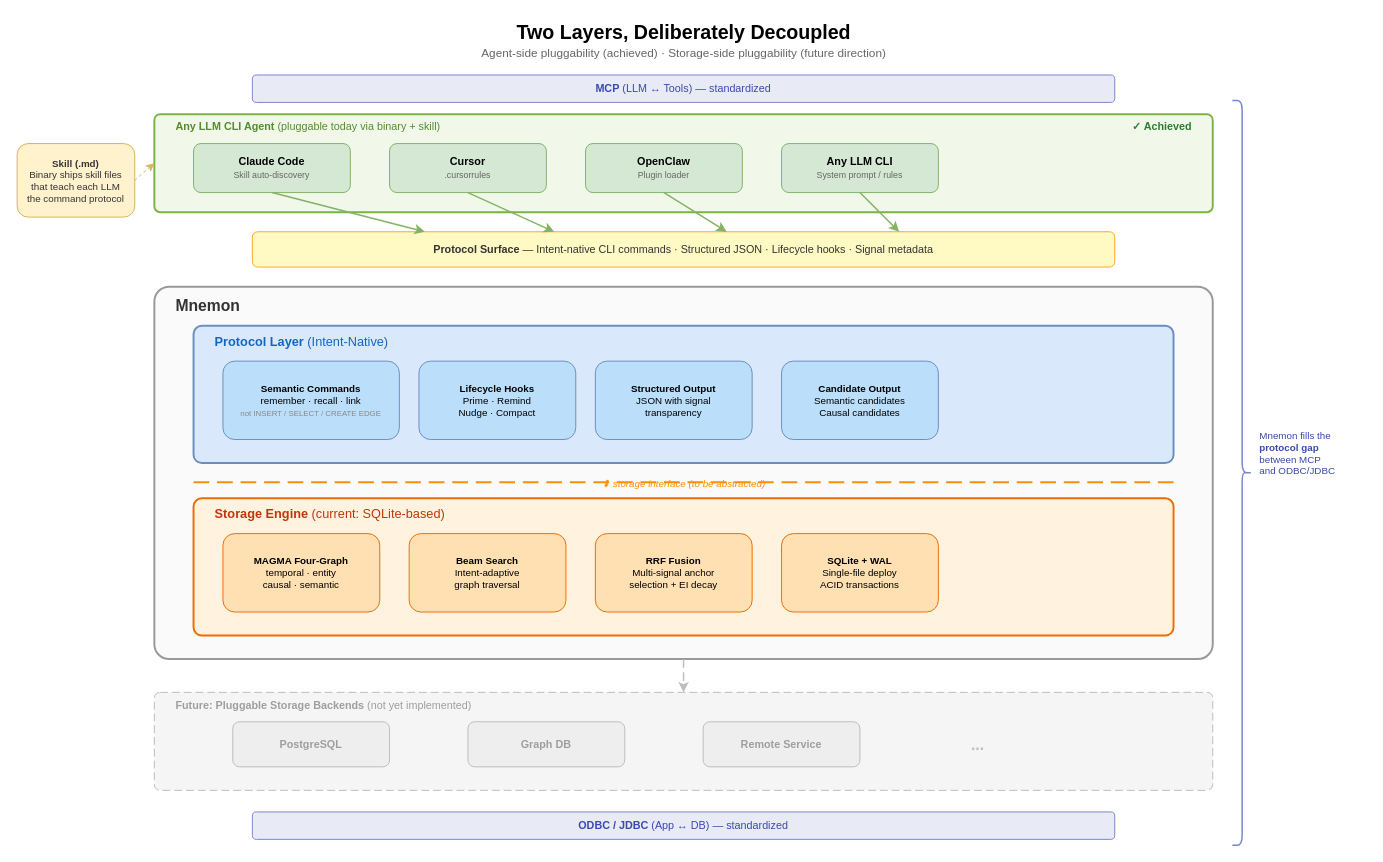
Before: docs/diagrams/11-two-layer-architecture.drawio in bissli/mnemon, a draw.io diagram. Source tidied: cells renumbered, new cells numbered last; positions are measured from the earlier drawing's top-left corner, leaving out a move shared by most shapes. Both pictures are drawn from the tidied source at 98%, with x=0, y=0 at pixel (17, 17).
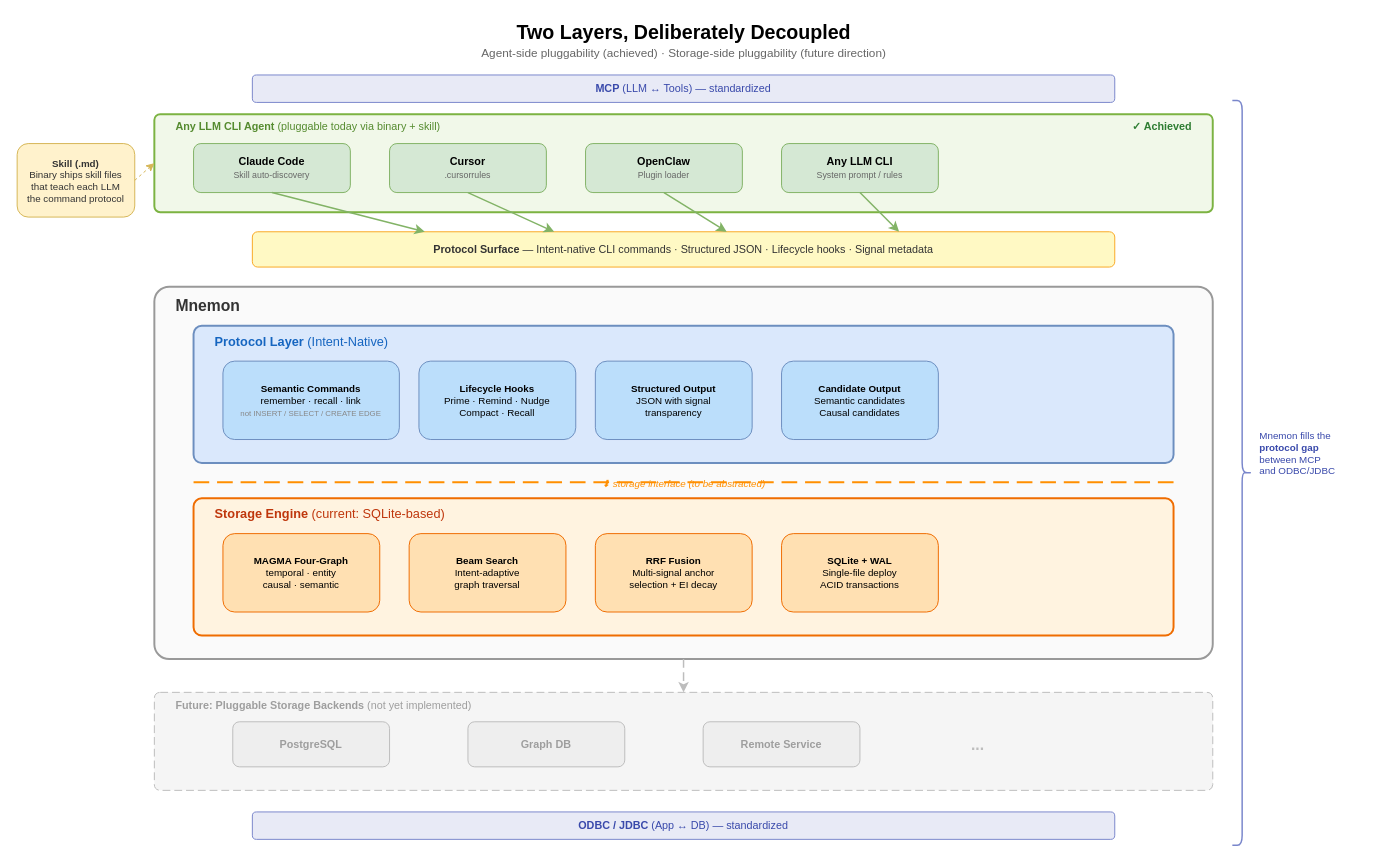
The same diagram, later.

What changed in the source:
```diff
@@
-    <mxCell id="22" value="&lt;b&gt;Lifecycle Hooks&lt;/b&gt;&lt;br&gt;Prime · Remind&lt;br&gt;Nudge · Compact" style="rounded=1;whiteSpace=wrap;html=1;fillColor=#BBDEFB;strokeColor=#6c8ebf;fontSize=10;" parent="1" vertex="1">
+    <mxCell id="22" value="&lt;b&gt;Lifecycle Hooks&lt;/b&gt;&lt;br&gt;Prime · Remind · Nudge&lt;br&gt;Compact · Recall" style="rounded=1;whiteSpace=wrap;html=1;fillColor=#BBDEFB;strokeColor=#6c8ebf;fontSize=10;" parent="1" vertex="1">
       <mxGeometry x="410" y="351" width="160" height="80" as="geometry" />
     </mxCell>
```
